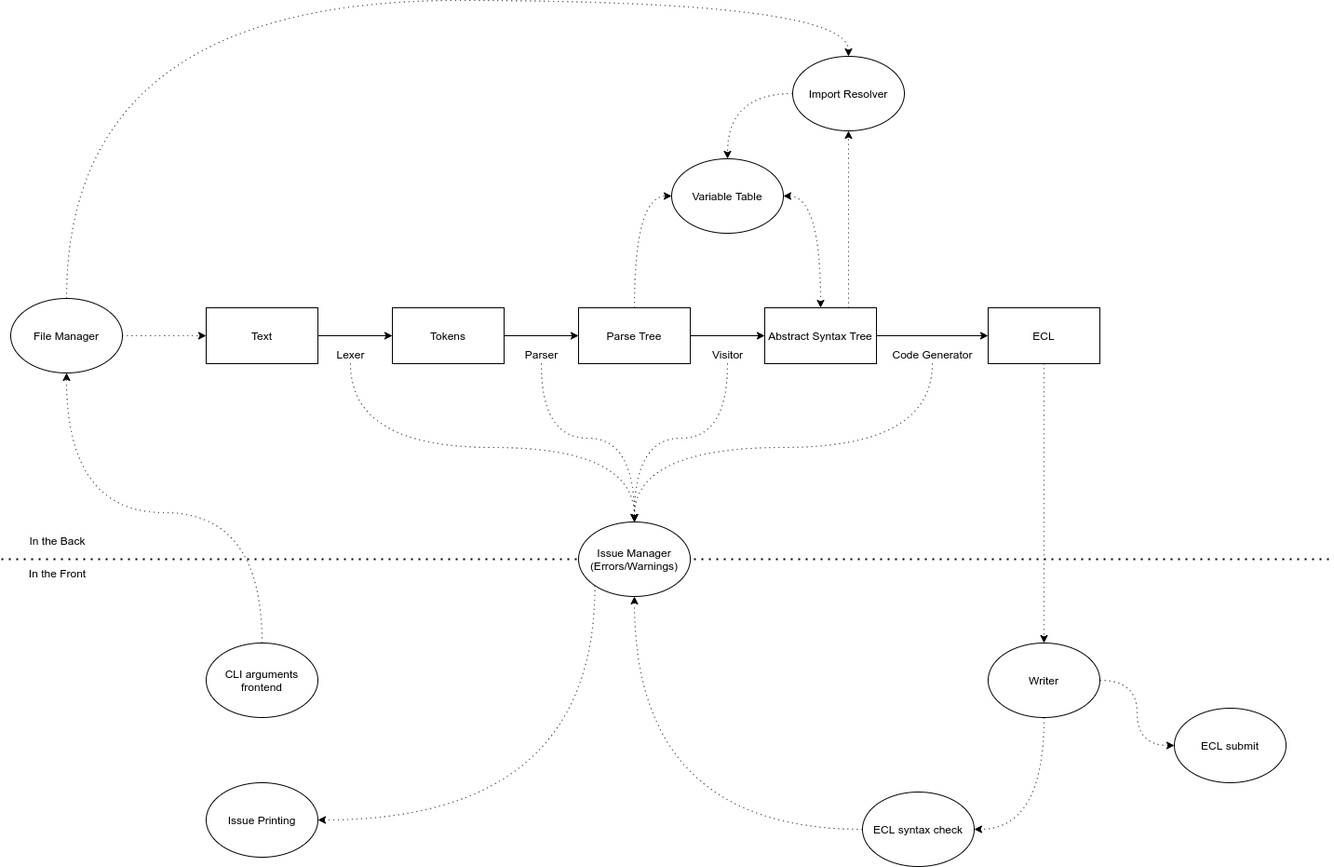
calbrch01/HSQL keeps this draw.io diagram as hsqlt/notes/structure.drawio.png. Above is the earlier version. Source tidied: cells renumbered, new cells last; positions are measured from the earlier drawing's top-left corner, leaving out a move shared by most shapes.
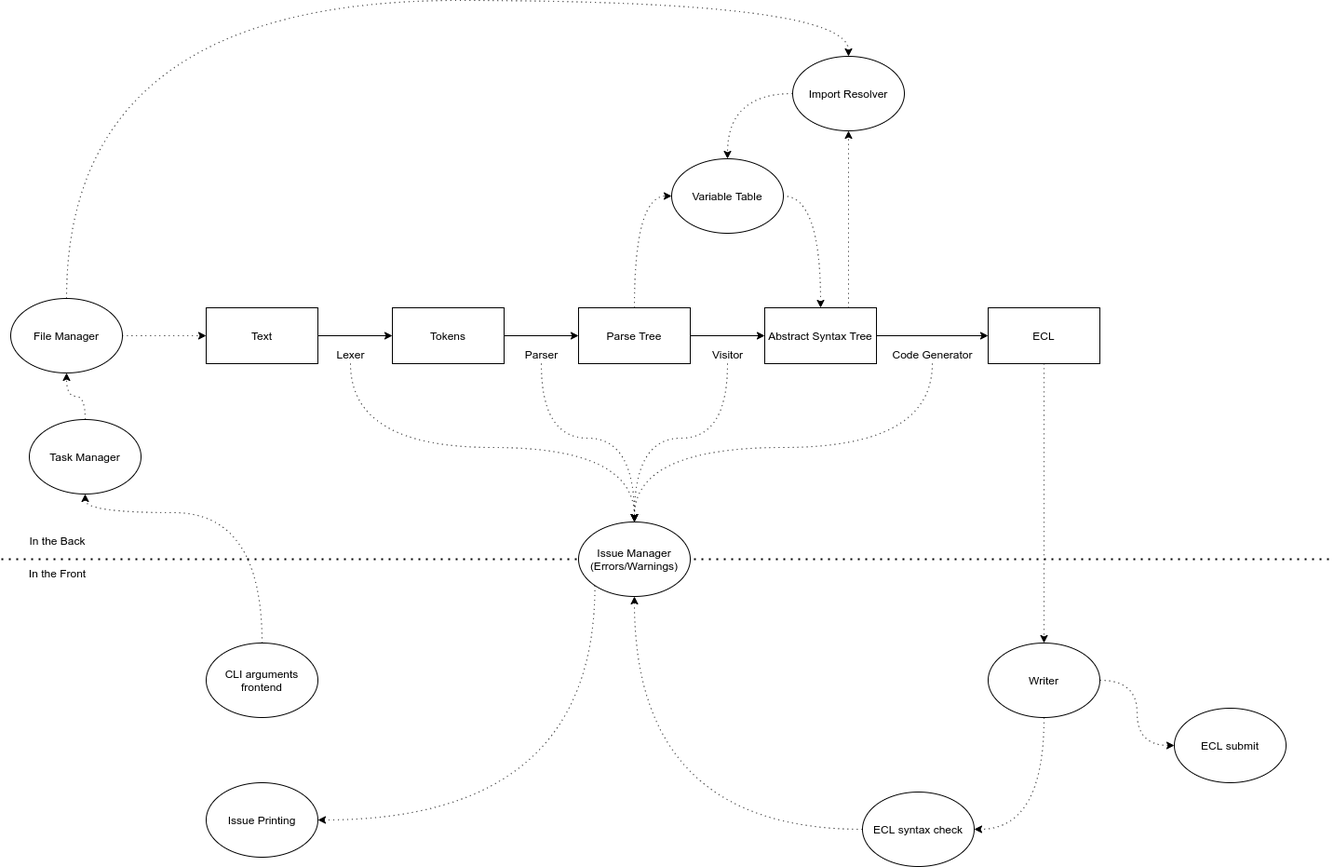
Later version of the same file.

What changed in the source:
```diff
@@ -44,7 +44,7 @@
     <mxCell id="14" value="ECL" style="rounded=0;whiteSpace=wrap;html=1;" parent="1" vertex="1">
       <mxGeometry x="1060" y="330" width="120" height="60" as="geometry" />
     </mxCell>
-    <mxCell id="15" style="edgeStyle=orthogonalEdgeStyle;curved=1;rounded=0;jettySize=auto;html=1;exitX=0.5;exitY=0;exitDx=0;exitDy=0;entryX=1;entryY=0.5;entryDx=0;entryDy=0;dashed=1;dashPattern=1 4;startArrow=classic;startFill=1;" parent="1" edge="1" source="12" target="16">
+    <mxCell id="15" style="edgeStyle=orthogonalEdgeStyle;curved=1;rounded=0;jettySize=auto;html=1;exitX=0.5;exitY=0;exitDx=0;exitDy=0;entryX=1;entryY=0.5;entryDx=0;entryDy=0;dashed=1;dashPattern=1 4;startArrow=classic;startFill=1;endArrow=none;endFill=0;" parent="1" edge="1" source="12" target="16">
       <mxGeometry relative="1" as="geometry" />
     </mxCell>
     <mxCell id="16" value="Variable Table" style="ellipse;whiteSpace=wrap;html=1;rounded=0;" parent="1" vertex="1">
@@ -116,13 +116,8 @@
     <mxCell id="30" value="In the Front" style="text;html=1;align=center;verticalAlign=middle;" parent="1" vertex="1">
       <mxGeometry x="20" y="605" width="80" height="20" as="geometry" />
     </mxCell>
-    <mxCell id="31" style="edgeStyle=orthogonalEdgeStyle;curved=1;rounded=0;jettySize=auto;html=1;exitX=0.5;exitY=0;exitDx=0;exitDy=0;entryX=0.5;entryY=1;entryDx=0;entryDy=0;dashed=1;dashPattern=1 4;" parent="1" edge="1" source="32" target="35">
-      <mxGeometry relative="1" as="geometry">
-        <Array as="points">
-          <mxPoint x="280" y="550" />
-          <mxPoint x="70" y="550" />
-        </Array>
-      </mxGeometry>
+    <mxCell id="31" style="edgeStyle=orthogonalEdgeStyle;curved=1;rounded=0;jettySize=auto;html=1;exitX=0.5;exitY=0;exitDx=0;exitDy=0;entryX=0.5;entryY=1;entryDx=0;entryDy=0;dashed=1;dashPattern=1 4;" parent="1" edge="1" source="43" target="35">
+      <mxGeometry relative="1" as="geometry" />
     </mxCell>
     <mxCell id="32" value="CLI arguments frontend" style="ellipse;whiteSpace=wrap;html=1;" parent="1" vertex="1">
       <mxGeometry x="220" y="690" width="120" height="80" as="geometry" />
@@ -162,5 +157,16 @@
     <mxCell id="42" value="ECL submit" style="ellipse;whiteSpace=wrap;html=1;" parent="1" vertex="1">
       <mxGeometry x="1260" y="760" width="120" height="80" as="geometry" />
     </mxCell>
+    <mxCell id="43" value="Task Manager" style="ellipse;whiteSpace=wrap;html=1;" parent="1" vertex="1">
+      <mxGeometry x="30" y="450" width="120" height="80" as="geometry" />
+    </mxCell>
+    <mxCell id="44" style="edgeStyle=orthogonalEdgeStyle;curved=1;rounded=0;jettySize=auto;html=1;exitX=0.5;exitY=0;exitDx=0;exitDy=0;entryX=0.5;entryY=1;entryDx=0;entryDy=0;dashed=1;dashPattern=1 4;" parent="1" edge="1" source="32" target="43">
+      <mxGeometry relative="1" as="geometry">
+        <Array as="points">
+          <mxPoint x="280" y="550" />
+          <mxPoint x="90" y="550" />
+        </Array>
+      </mxGeometry>
+    </mxCell>
   </root>
 </mxGraphModel>
```
